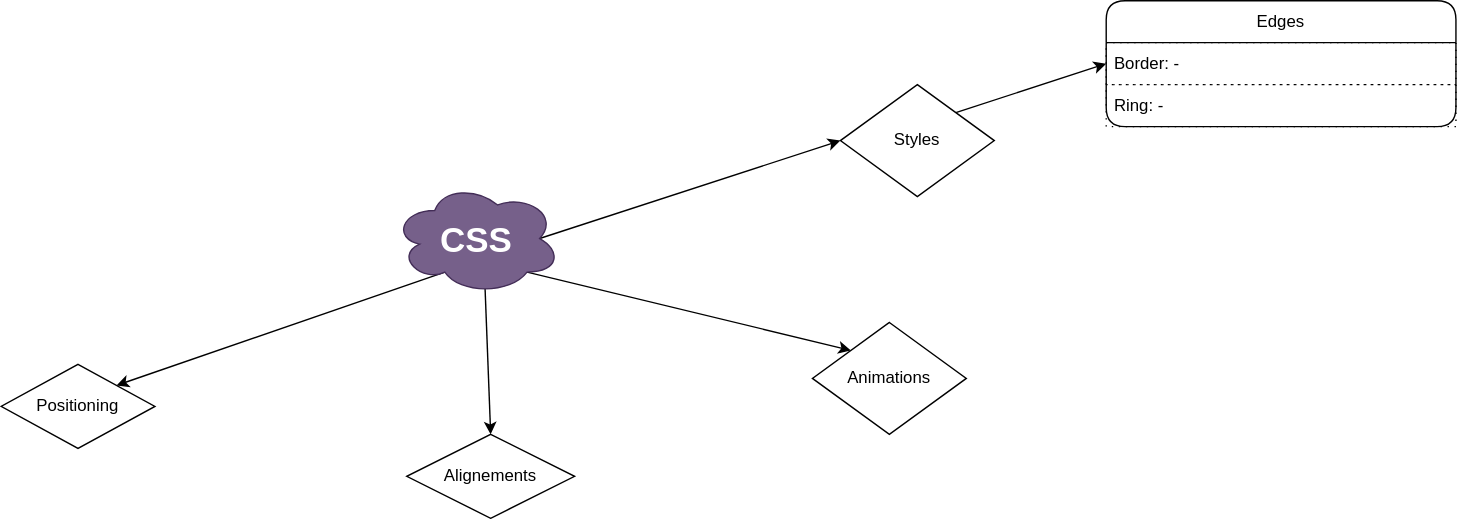
Earlier version of the draw.io export css/css.svg (knkrn5/Programming-Concepts). Source tidied: cells renumbered, new cells last; positions are measured from the earlier drawing's top-left corner, leaving out a move shared by most shapes.
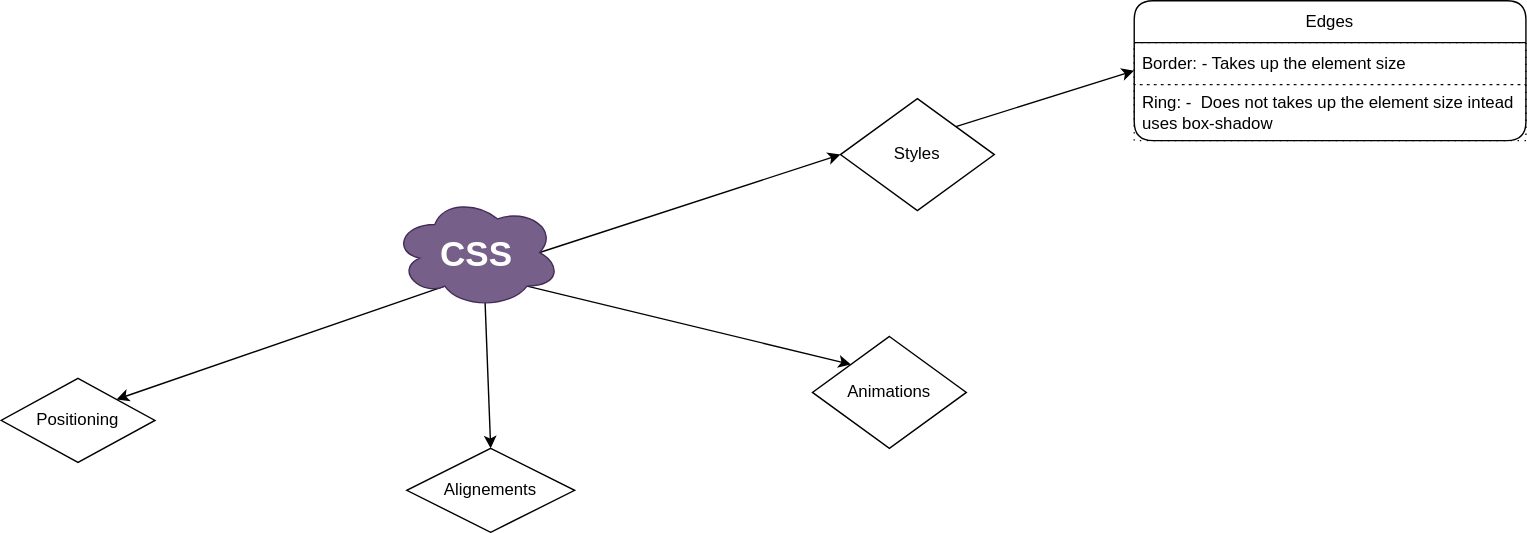
After the change.

What changed in the source:
```diff
@@ -33,13 +33,13 @@
       <mxGeometry x="290" y="310" width="120" height="60" as="geometry" />
     </mxCell>
     <mxCell id="12" value="Edges" style="swimlane;fontStyle=0;horizontal=1;startSize=30;whiteSpace=wrap;html=1;rounded=1;" parent="1" vertex="1">
-      <mxGeometry x="790" width="250" height="90" as="geometry" />
+      <mxGeometry x="810" y="-10" width="280" height="100" as="geometry" />
     </mxCell>
-    <mxCell id="13" value="Border: -" style="text;strokeColor=default;fillColor=none;align=left;verticalAlign=middle;spacingLeft=4;spacingRight=4;overflow=hidden;whiteSpace=wrap;html=1;dashed=1;dashPattern=1 4;" parent="12" vertex="1">
-      <mxGeometry y="30" width="250" height="30" as="geometry" />
+    <mxCell id="13" value="Border: - Takes up the element size" style="text;strokeColor=default;fillColor=none;align=left;verticalAlign=middle;spacingLeft=4;spacingRight=4;overflow=hidden;whiteSpace=wrap;html=1;dashed=1;dashPattern=1 4;" parent="12" vertex="1">
+      <mxGeometry y="30" width="280" height="30" as="geometry" />
     </mxCell>
-    <mxCell id="14" value="Ring: -&amp;nbsp;" style="text;strokeColor=default;fillColor=none;align=left;verticalAlign=middle;spacingLeft=4;spacingRight=4;overflow=hidden;whiteSpace=wrap;html=1;dashed=1;dashPattern=1 4;" parent="12" vertex="1">
-      <mxGeometry y="60" width="250" height="30" as="geometry" />
+    <mxCell id="14" value="Ring: -&amp;nbsp; Does not takes up the element size intead uses box-shadow" style="text;strokeColor=default;fillColor=none;align=left;verticalAlign=middle;spacingLeft=4;spacingRight=4;overflow=hidden;whiteSpace=wrap;html=1;dashed=1;dashPattern=1 4;" parent="12" vertex="1">
+      <mxGeometry y="60" width="280" height="40" as="geometry" />
     </mxCell>
   </root>
 </mxGraphModel>
```
